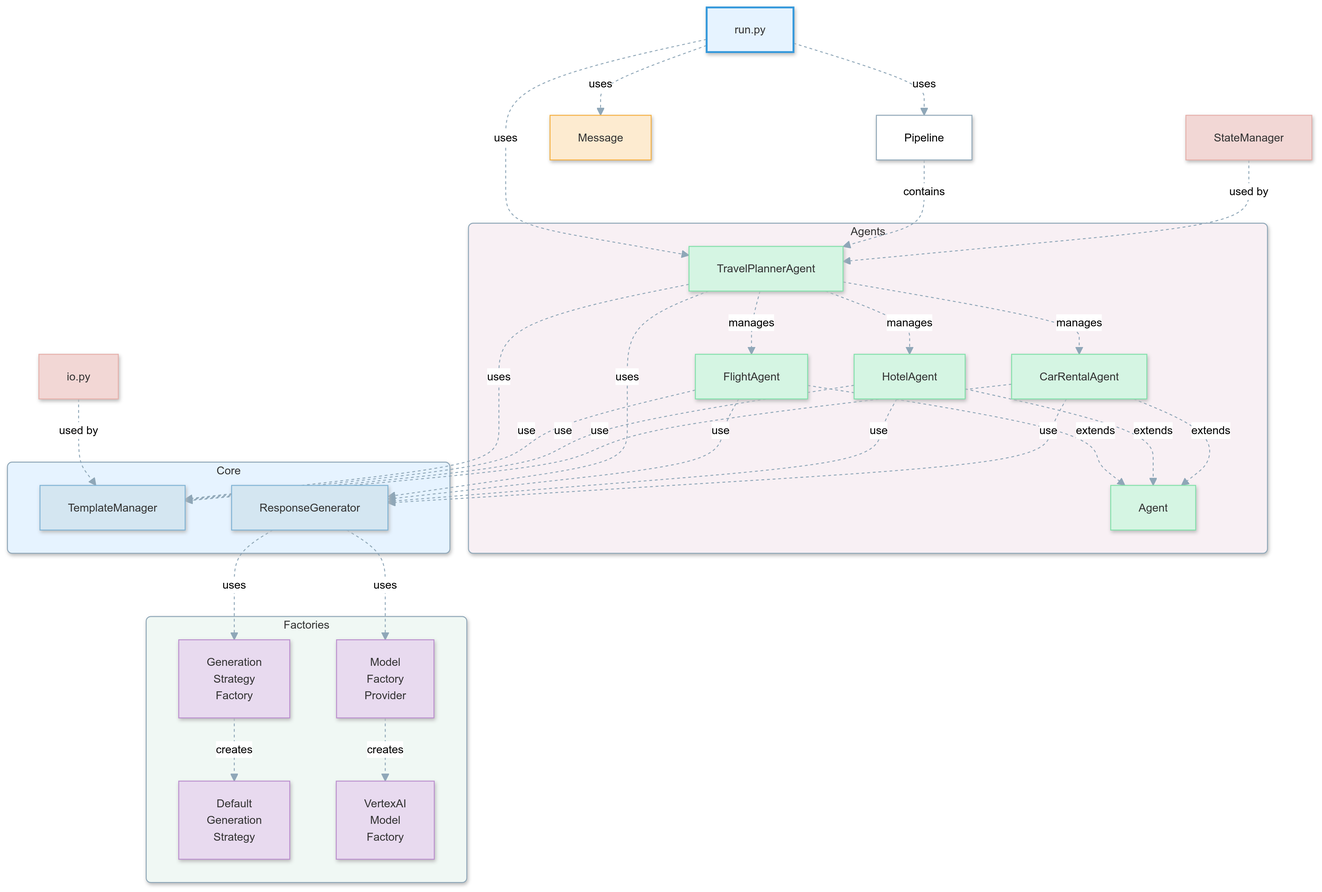
The Mermaid diagram img/png/components/coordinator_delegate.png in achimdehnert/Agentic-Workflow-Patterns, before a commit. Its source is kept beside it as img/mermaid/components/coordinator_delegate.mmd.
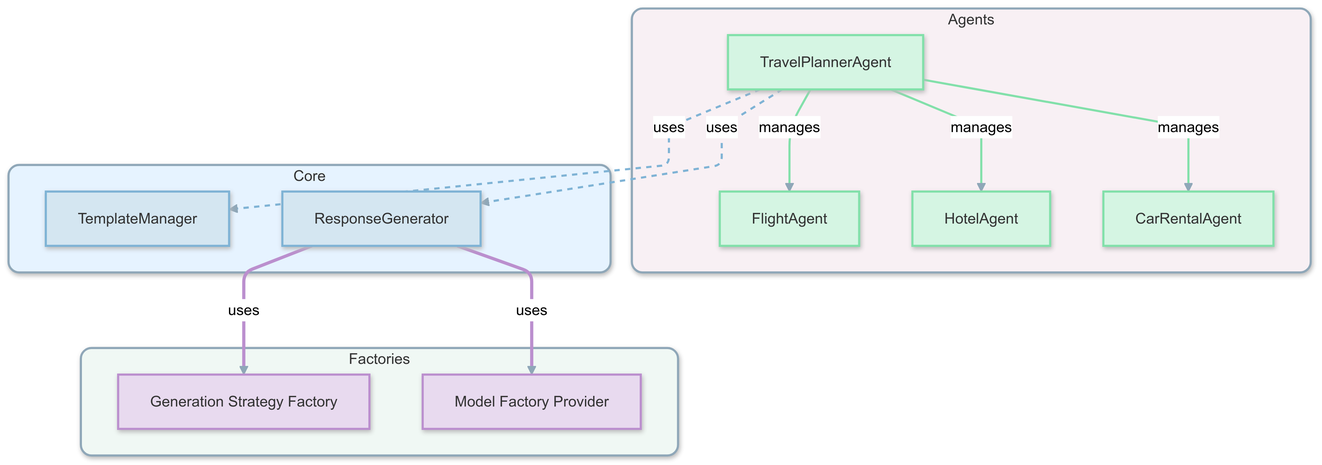
Above is the later version.

The edit, as a diff of the source:
```diff
@@ -8,70 +8,46 @@
     'secondaryColor': '#f8f0f4',
     'tertiaryColor': '#f4f8f0',
     'fontFamily': 'Trebuchet MS, Arial, sans-serif',
-    'fontSize': '12px'
+    'fontSize': '14px'
   }
 }}%%
 
 graph TD
     classDef default fill:#fff,stroke:#8fa7b8,stroke-width:1px;
-    classDef entrypoint fill:#e6f3ff,color:#333,stroke:#3498db,stroke-width:2px;
-    classDef config fill:#f9efd4,color:#333,stroke:#d4b26a;
-    classDef core fill:#d4e6f1,color:#333,stroke:#7fb3d5;
-    classDef agent fill:#d5f5e3,color:#333,stroke:#82e0aa;
-    classDef message fill:#fdebd0,color:#333,stroke:#f5b041;
-    classDef factory fill:#e8daef,color:#333,stroke:#bb8fce;
-    classDef strategy fill:#d6eaf8,color:#333,stroke:#85c1e9;
-    classDef util fill:#f2d7d5,color:#333,stroke:#e6b0aa;
-
-    A[run.py] -->|uses| B[Pipeline]
-    A -->|uses| C[TravelPlannerAgent]
-    A -->|uses| D[Message]
+    classDef agent fill:#d5f5e3,color:#333,stroke:#82e0aa,stroke-width:2px;
+    classDef core fill:#d4e6f1,color:#333,stroke:#7fb3d5,stroke-width:2px;
+    classDef factory fill:#e8daef,color:#333,stroke:#bb8fce,stroke-width:2px;
 
     subgraph Agents["Agents"]
-        C -->|manages| E[FlightAgent]
-        C -->|manages| F[HotelAgent]
-        C -->|manages| G[CarRentalAgent]
-        J[Agent]
+        C[TravelPlannerAgent]
+        E[FlightAgent]
+        F[HotelAgent]
+        G[CarRentalAgent]
     end
-
-    E & F & G -.->|extends| J
-
-    B -->|contains| C
 
     subgraph Core["Core"]
         H[TemplateManager]
         I[ResponseGenerator]
     end
 
-    C -->|uses| H
-    C -->|uses| I
-    E & F & G -->|use| H
-    E & F & G -->|use| I
-
     subgraph Factories["Factories"]
-        K[Generation<br>Strategy<br>Factory]
-        L[Model<br>Factory<br>Provider]
-        M[Default<br>Generation<br>Strategy]
-        N[VertexAI<br>Model<br>Factory]
+        K[Generation Strategy Factory]
+        L[Model Factory Provider]
     end
 
-    I -->|uses| K
-    I -->|uses| L
-    K -.->|creates| M
-    L -.->|creates| N
+    C -->|manages| E & F & G
+    C -.->|uses| H & I
+    I ==>|uses| K & L
 
-    O[StateManager] -.->|used by| C
-    P[io.py] -.->|used by| H
+    class C,E,F,G agent;
+    class H,I core;
+    class K,L factory;
 
-    class A entrypoint;
-    class H,I core;
-    class C,E,F,G,J agent;
-    class D message;
-    class K,L,M,N factory;
-    class O,P util;
+    linkStyle default stroke:#8fa7b8,stroke-width:2px;
+    linkStyle 0,1,2 stroke:#82e0aa,stroke-width:2px;
+    linkStyle 3,4 stroke:#7fb3d5,stroke-width:2px,stroke-dasharray: 5 5;
+    linkStyle 5,6 stroke:#bb8fce,stroke-width:3px;
 
-    linkStyle default stroke:#8fa7b8,stroke-width:1px,stroke-dasharray: 3 3;
-
-    style Agents fill:#f8f0f4,stroke:#8fa7b8,stroke-width:1px,rx:5,ry:5;
-    style Core fill:#e6f3ff,stroke:#8fa7b8,stroke-width:1px,rx:5,ry:5;
-    style Factories fill:#f0f8f4,stroke:#8fa7b8,stroke-width:1px,rx:5,ry:5;
+    style Agents fill:#f8f0f4,stroke:#8fa7b8,stroke-width:2px,rx:10,ry:10;
+    style Core fill:#e6f3ff,stroke:#8fa7b8,stroke-width:2px,rx:10,ry:10;
+    style Factories fill:#f0f8f4,stroke:#8fa7b8,stroke-width:2px,rx:10,ry:10;
```
